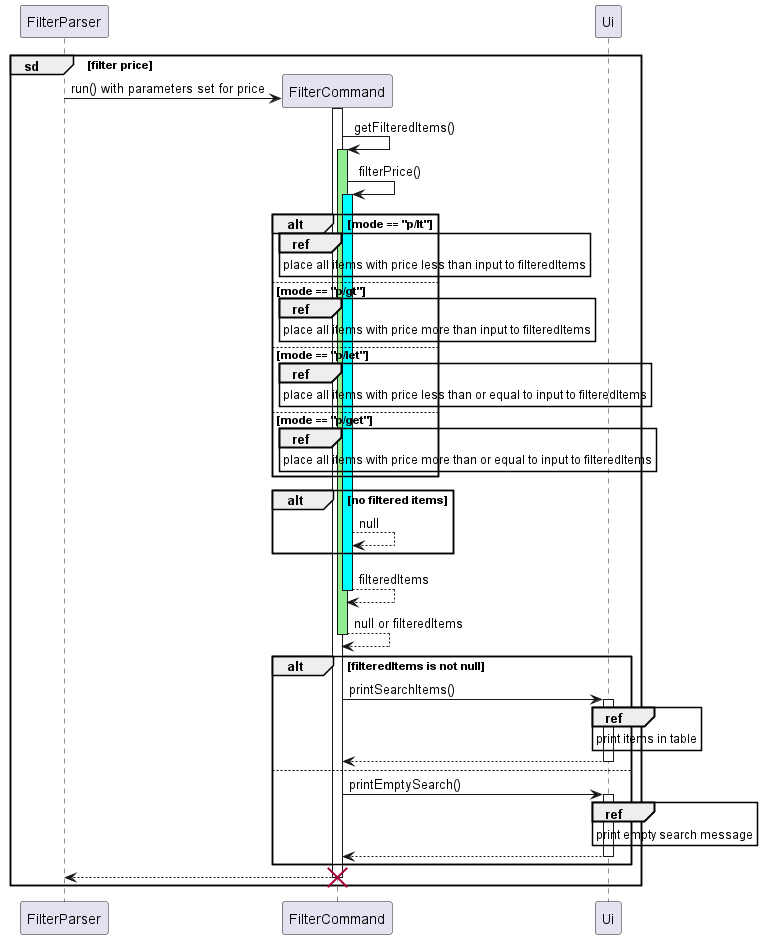
This is docs/UML/Filter/FilterPrice.png from nus-cs2113-AY2223S2/tp, a PlantUML export, as it was before one commit. Its diagram source:
```plantuml
@startuml

participant FilterParser
group sd [filter price]
    FilterParser -> FilterCommand ** : run() with parameters set for price
    activate FilterCommand
    FilterCommand -> FilterCommand: getFilteredItems()
    activate FilterCommand #lightgreen
    FilterCommand -> FilterCommand: filterPrice()
    activate FilterCommand #cyan
    participant Ui
    alt mode == "p/lt"
        ref over FilterCommand
            place all items with price less than input to filteredItems
        end ref
    else mode == "p/gt"
        ref over FilterCommand
            place all items with price more than input to filteredItems
        end ref
    else mode == "p/let"
        ref over FilterCommand
            place all items with price less than or equal to input to filteredItems
        end ref
    else mode == "p/get"
        ref over FilterCommand
            place all items with price more than or equal to input to filteredItems
        end ref
    end
    alt no filtered items
        FilterCommand --> FilterCommand: null
    end
    return filteredItems
    return null or filteredItems
    alt filteredItems is not null
        FilterCommand -> Ui: printSearchItems()
        activate Ui
        ref over Ui
            print items in table
        end ref
        return
    else
        FilterCommand -> Ui: printEmptySearch()
        activate Ui
        ref over Ui
            print empty search message
        end ref
        return
    end
    return
    destroy FilterCommand
end
@enduml
```
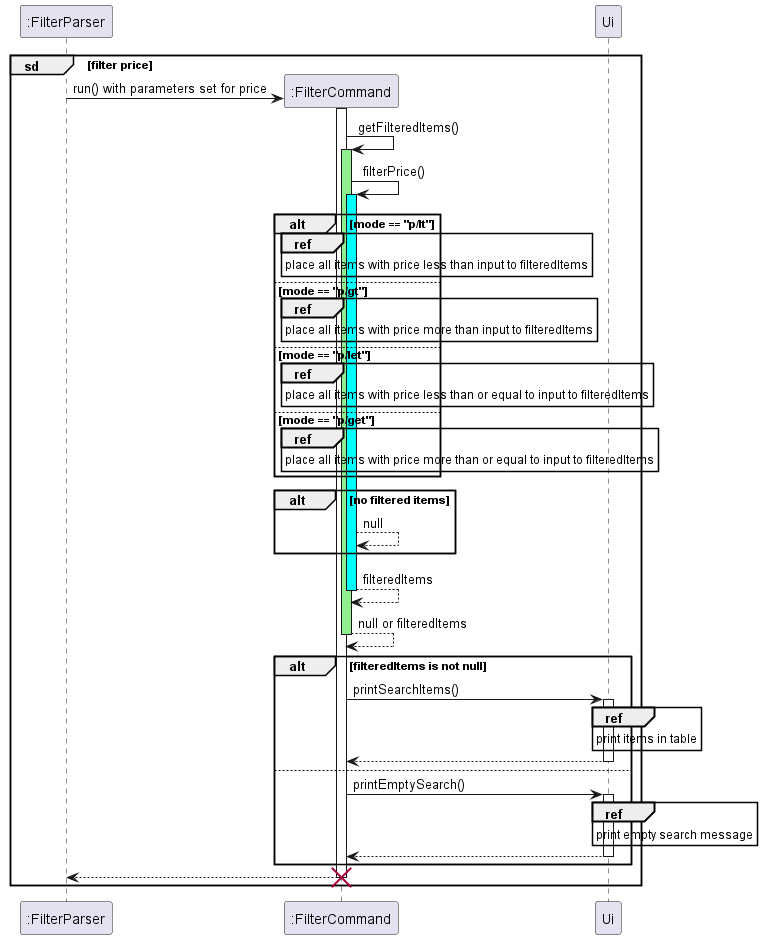
After the commit.

Diff of the diagram source:
```diff
@@ -1,45 +1,45 @@
 @startuml
 
-participant FilterParser
+participant ":FilterParser"
 group sd [filter price]
-    FilterParser -> FilterCommand ** : run() with parameters set for price
-    activate FilterCommand
-    FilterCommand -> FilterCommand: getFilteredItems()
-    activate FilterCommand #lightgreen
-    FilterCommand -> FilterCommand: filterPrice()
-    activate FilterCommand #cyan
+    ":FilterParser" -> ":FilterCommand" ** : run() with parameters set for price
+    activate ":FilterCommand"
+    ":FilterCommand" -> ":FilterCommand": getFilteredItems()
+    activate ":FilterCommand" #lightgreen
+    ":FilterCommand" -> ":FilterCommand": filterPrice()
+    activate ":FilterCommand" #cyan
     participant Ui
     alt mode == "p/lt"
-        ref over FilterCommand
+        ref over ":FilterCommand"
             place all items with price less than input to filteredItems
         end ref
     else mode == "p/gt"
-        ref over FilterCommand
+        ref over ":FilterCommand"
             place all items with price more than input to filteredItems
         end ref
     else mode == "p/let"
-        ref over FilterCommand
+        ref over ":FilterCommand"
             place all items with price less than or equal to input to filteredItems
         end ref
     else mode == "p/get"
-        ref over FilterCommand
+        ref over ":FilterCommand"
             place all items with price more than or equal to input to filteredItems
         end ref
     end
     alt no filtered items
-        FilterCommand --> FilterCommand: null
+        ":FilterCommand" --> ":FilterCommand": null
     end
     return filteredItems
     return null or filteredItems
     alt filteredItems is not null
-        FilterCommand -> Ui: printSearchItems()
+        ":FilterCommand" -> Ui: printSearchItems()
         activate Ui
         ref over Ui
             print items in table
         end ref
         return
     else
-        FilterCommand -> Ui: printEmptySearch()
+        ":FilterCommand" -> Ui: printEmptySearch()
         activate Ui
         ref over Ui
             print empty search message
@@ -47,6 +47,6 @@
         return
     end
     return
-    destroy FilterCommand
+    destroy ":FilterCommand"
 end
 @enduml
```
